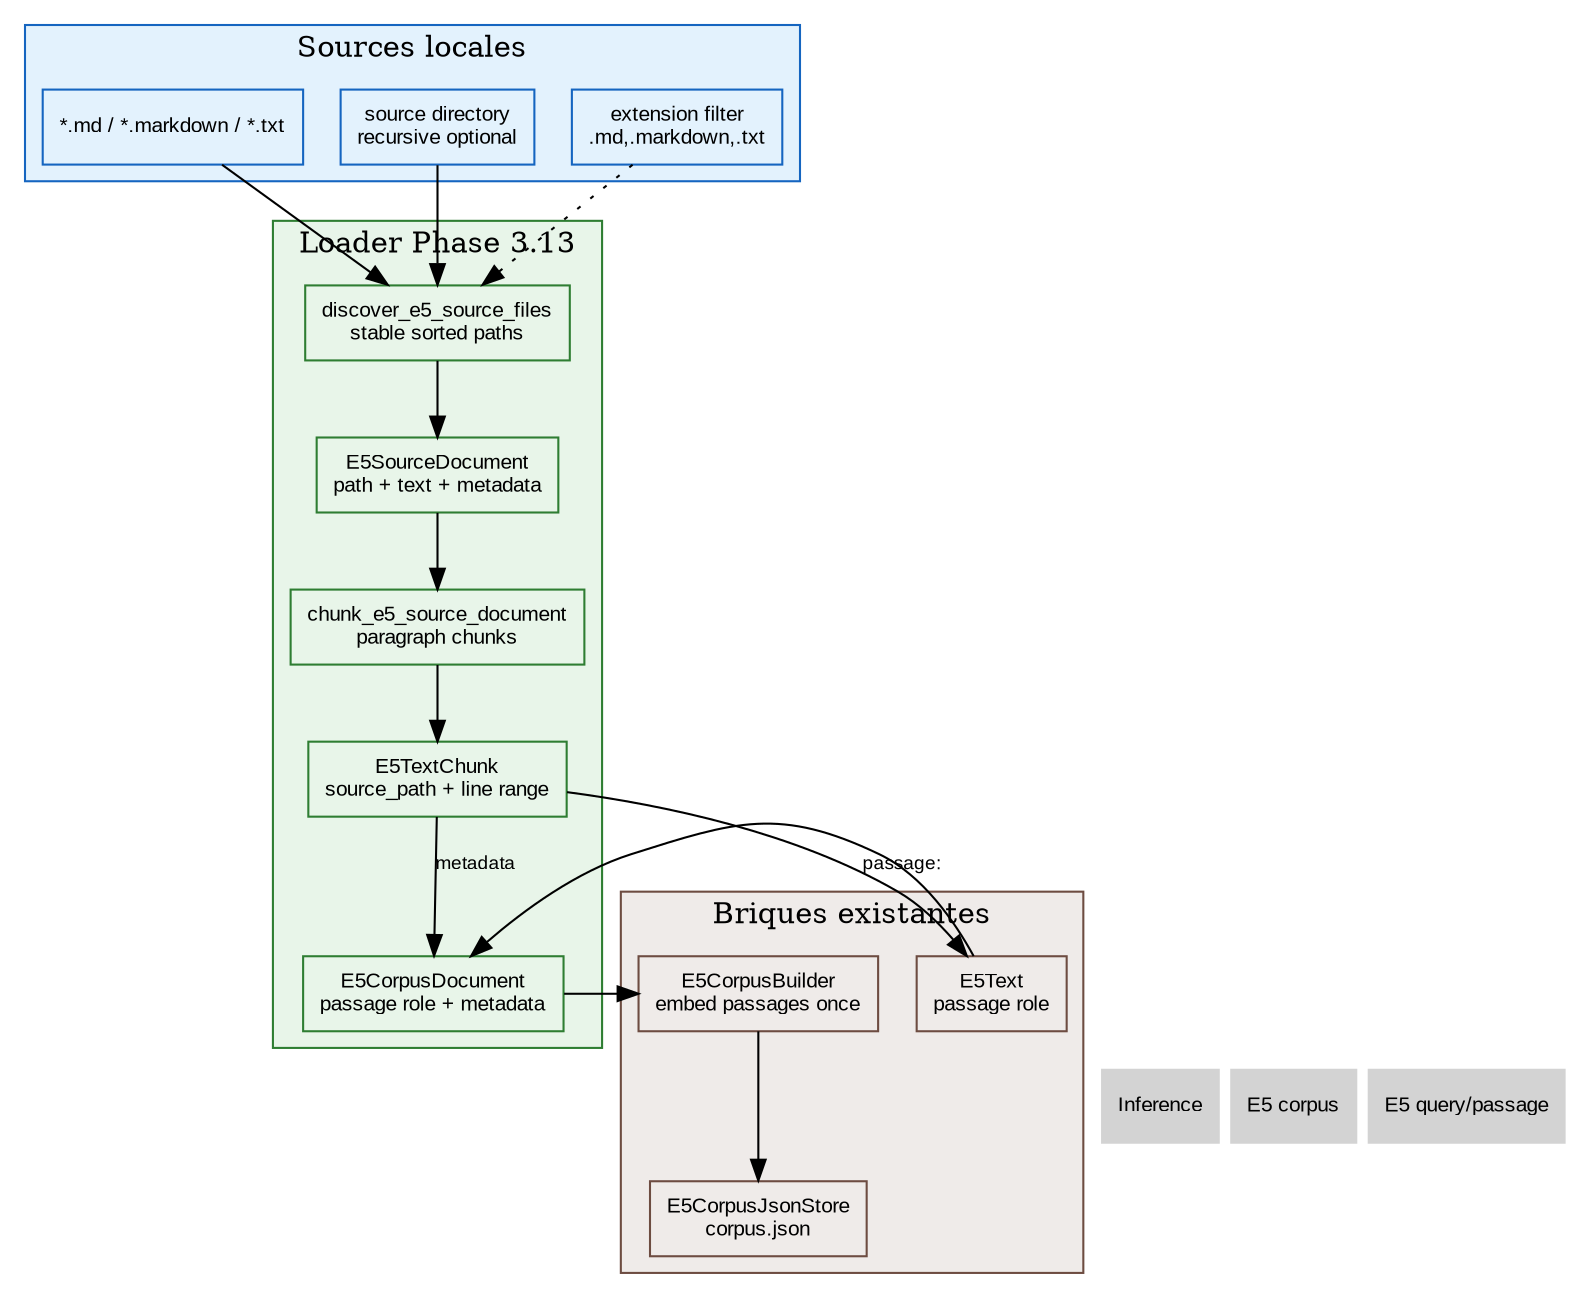
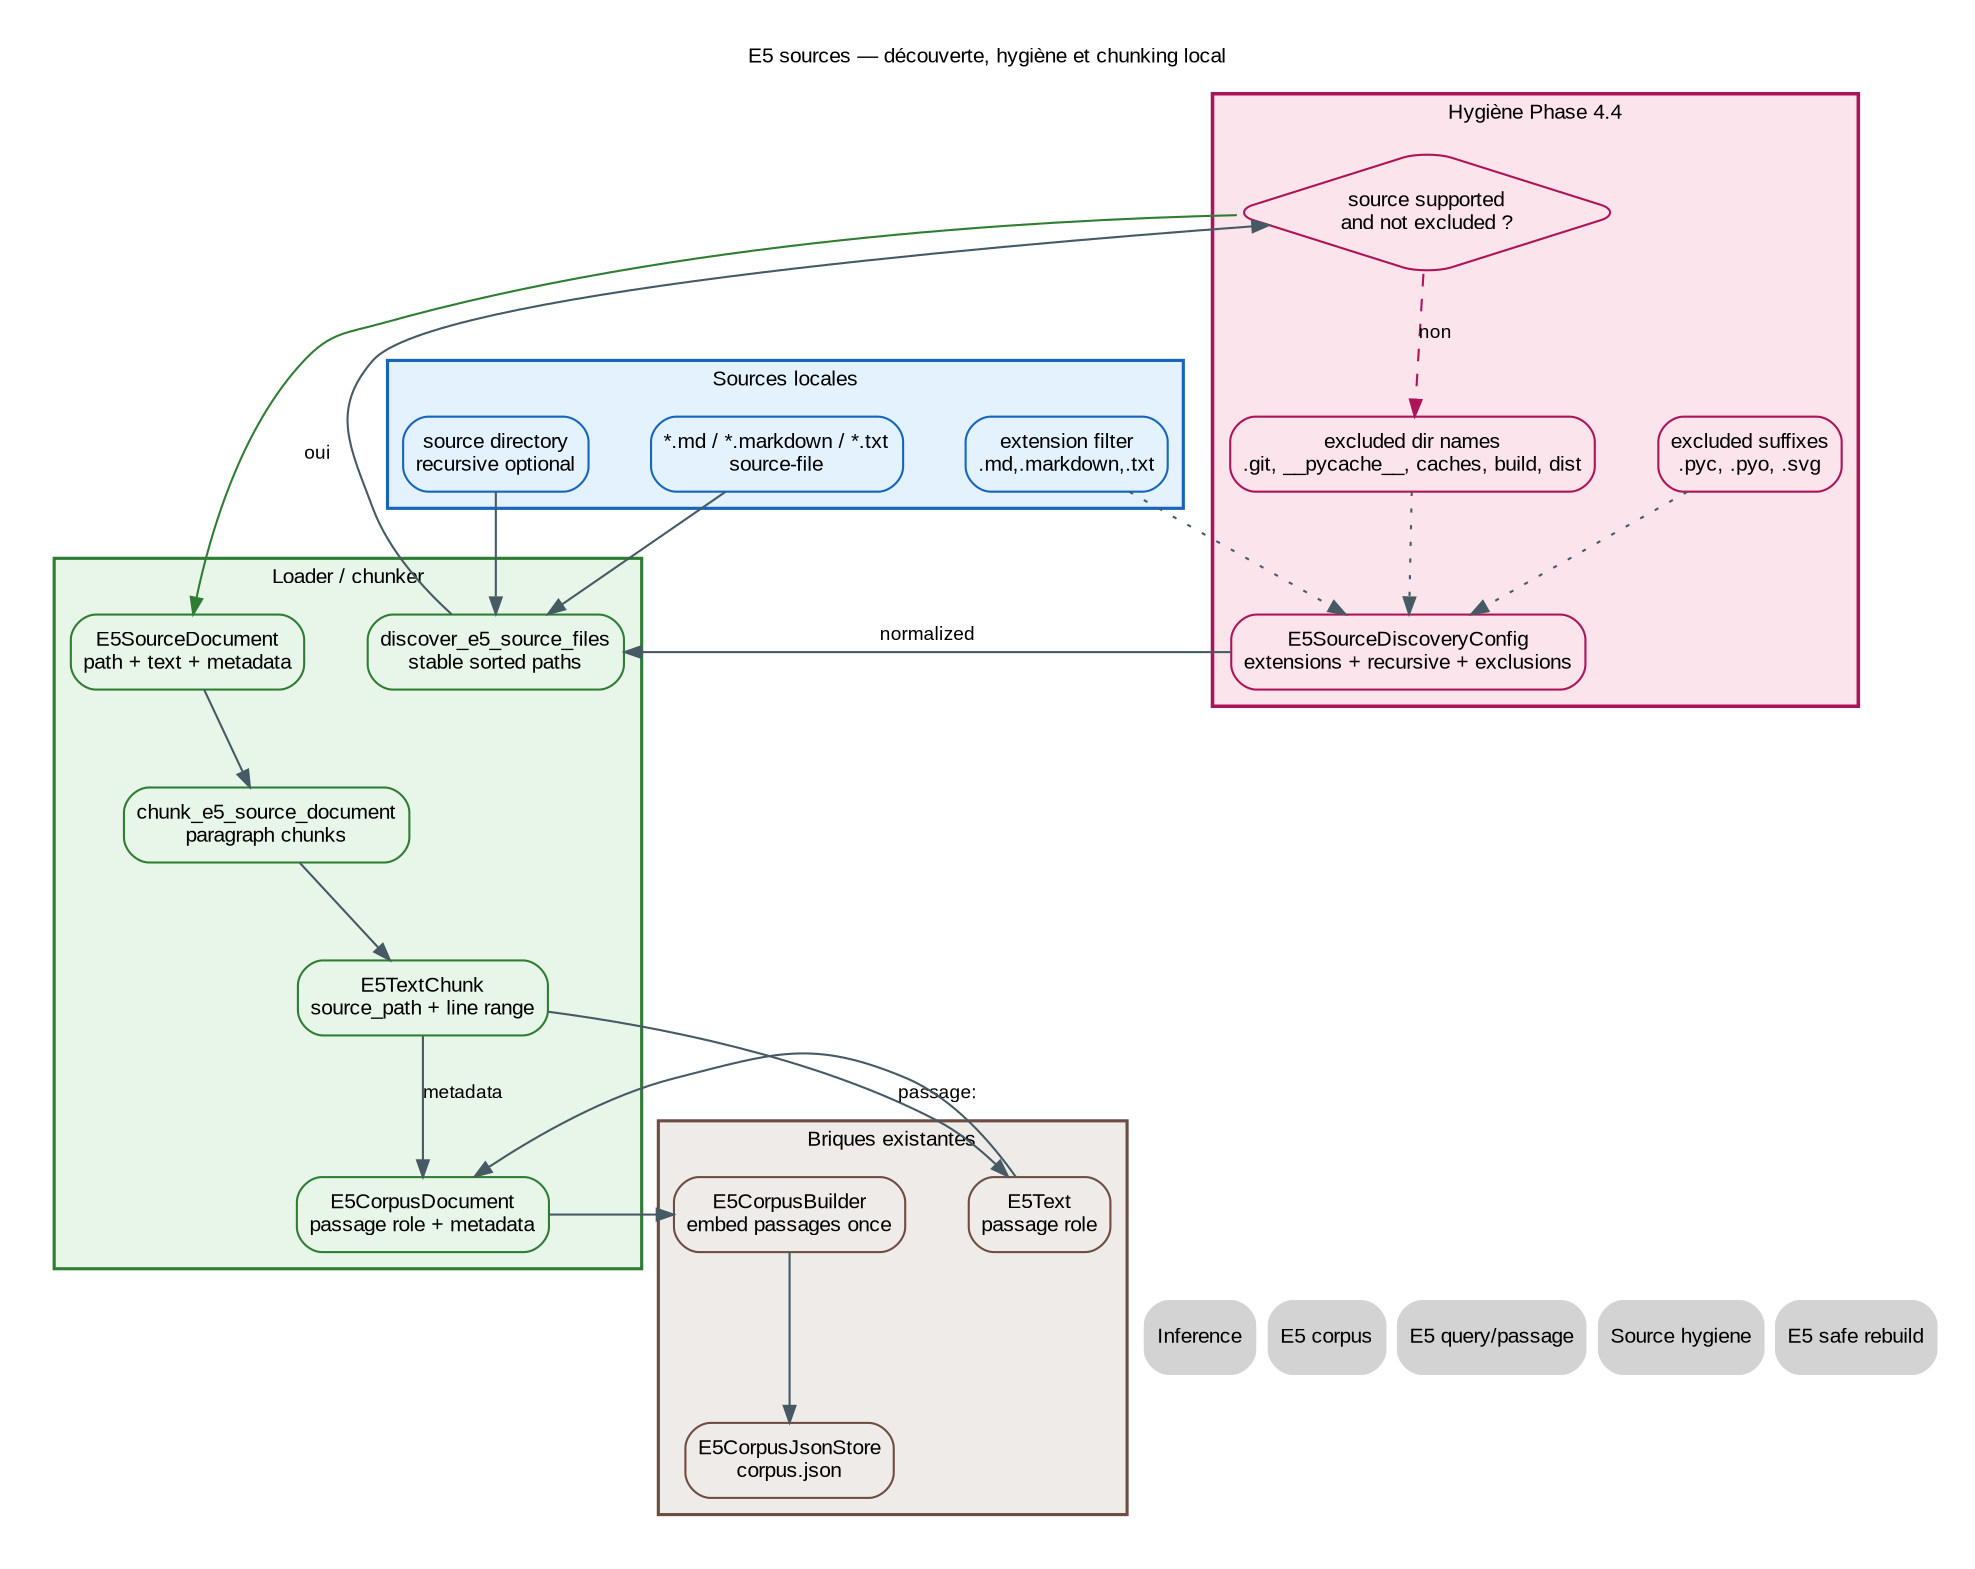
digraph E5Sources {
-     // ROADMAP_ID: inference.e5_sources
-     // ROADMAP_PARENT: inference/40_inference.dot
-     // ROADMAP_NOTE[phase3_13]:
-     // Les sources TXT/Markdown deviennent une entrée locale déterministe avant
-     // Qdrant. La lecture, le découpage et les métadonnées restent hors
-     // Scheduler et produisent des E5CorpusDocument prêts à être vectorisés.
+   // ROADMAP_ID: inference.e5_sources
+   // ROADMAP_PARENT: inference/40_inference.dot
+   // ROADMAP_NOTE[phase3_13]:
+   // Les sources TXT/Markdown deviennent une entrée locale déterministe avant
+   // Qdrant. La lecture, le découpage et les métadonnées restent hors
+   // Scheduler et produisent des E5CorpusDocument prêts à être vectorisés.
+   // ROADMAP_NOTE[phase4_4]:
+   // La découverte applique maintenant une hygiène par défaut sur les
+   // répertoires techniques et suffixes générés avant toute lecture UTF-8.

-     rankdir=TB;
-     node [shape=box, style=filled, fontname="Arial", fontsize=10];
-     edge [fontname="Arial", fontsize=9];
+   rankdir=TB;
+   graph [
+     fontname="Arial",
+     fontsize=10,
+     labelloc="t",
+     label="E5 sources — découverte, hygiène et chunking local",
+     bgcolor="white",
+     pad=0.25,
+     nodesep=0.42,
+     ranksep=0.62
+   ];
+   node [shape=box, style="filled,rounded", fontname="Arial", fontsize=10, margin="0.09,0.06"];
+   edge [fontname="Arial", fontsize=9, color="#455a64", arrowsize=0.8];

-     subgraph cluster_files {
-         label="Sources locales";
-         color="#1565c0";
-         bgcolor="#e3f2fd";
-         node [fillcolor="#e3f2fd", color="#1565c0"];
-         SourceFile [label="*.md / *.markdown / *.txt"];
-         SourceDir [label="source directory\nrecursive optional"];
-         Extensions [label="extension filter\n.md,.markdown,.txt"];
-     }
+   subgraph cluster_files {
+     label="Sources locales";
+     color="#1565c0";
+     bgcolor="#e3f2fd";
+     penwidth=1.5;
+     node [fillcolor="#e3f2fd", color="#1565c0"];
+     SourceFile [label="*.md / *.markdown / *.txt\nsource-file"];
+     SourceDir [label="source directory\nrecursive optional"];
+     Extensions [label="extension filter\n.md,.markdown,.txt"];
+   }

-     subgraph cluster_loader {
-         label="Loader Phase 3.13";
-         color="#2e7d32";
-         bgcolor="#e8f5e9";
-         node [fillcolor="#e8f5e9", color="#2e7d32"];
-         Discover [label="discover_e5_source_files\nstable sorted paths"];
-         SourceDocument [label="E5SourceDocument\npath + text + metadata"];
-         Chunker [label="chunk_e5_source_document\nparagraph chunks"];
-         Chunk [label="E5TextChunk\nsource_path + line range"];
-         CorpusDocument [label="E5CorpusDocument\npassage role + metadata"];
-     }
+   subgraph cluster_hygiene {
+     label="Hygiène Phase 4.4";
+     color="#ad1457";
+     bgcolor="#fce4ec";
+     penwidth=1.7;
+     node [fillcolor="#fce4ec", color="#ad1457"];
+     Config [label="E5SourceDiscoveryConfig\nextensions + recursive + exclusions", URL="58_e5_source_hygiene.svg"];
+     ExcludedDirs [label="excluded dir names\n.git, __pycache__, caches, build, dist", URL="58_e5_source_hygiene.svg"];
+     ExcludedSuffixes [label="excluded suffixes\n.pyc, .pyo, .svg", URL="58_e5_source_hygiene.svg"];
+     Supported [shape=diamond, label="source supported\nand not excluded ?"];
+   }

-     subgraph cluster_existing {
-         label="Briques existantes";
-         color="#6d4c41";
-         bgcolor="#efebe9";
-         node [fillcolor="#efebe9", color="#6d4c41"];
-         E5Text [label="E5Text\npassage role", URL="49_e5_query_passage.svg"];
-         Corpus [label="E5CorpusBuilder\nembed passages once", URL="50_e5_corpus.svg"];
-         Store [label="E5CorpusJsonStore\ncorpus.json", URL="50_e5_corpus.svg"];
-     }
+   subgraph cluster_loader {
+     label="Loader / chunker";
+     color="#2e7d32";
+     bgcolor="#e8f5e9";
+     penwidth=1.5;
+     node [fillcolor="#e8f5e9", color="#2e7d32"];
+     Discover [label="discover_e5_source_files\nstable sorted paths"];
+     SourceDocument [label="E5SourceDocument\npath + text + metadata"];
+     Chunker [label="chunk_e5_source_document\nparagraph chunks"];
+     Chunk [label="E5TextChunk\nsource_path + line range"];
+     CorpusDocument [label="E5CorpusDocument\npassage role + metadata"];
+   }

-     SourceFile -> Discover;
-     SourceDir -> Discover;
-     Extensions -> Discover [style=dotted];
-     Discover -> SourceDocument;
-     SourceDocument -> Chunker;
-     Chunker -> Chunk;
-     Chunk -> E5Text [label="passage:"];
-     E5Text -> CorpusDocument;
-     Chunk -> CorpusDocument [label="metadata"];
-     CorpusDocument -> Corpus;
-     Corpus -> Store;
+   subgraph cluster_existing {
+     label="Briques existantes";
+     color="#6d4c41";
+     bgcolor="#efebe9";
+     penwidth=1.5;
+     node [fillcolor="#efebe9", color="#6d4c41"];
+     E5Text [label="E5Text\npassage role", URL="49_e5_query_passage.svg"];
+     Corpus [label="E5CorpusBuilder\nembed passages once", URL="50_e5_corpus.svg"];
+     Store [label="E5CorpusJsonStore\ncorpus.json", URL="50_e5_corpus.svg"];
+   }

-     Nav_Inference [label="Inference", shape=plaintext, URL="40_inference.svg"];
-     Nav_E5Corpus [label="E5 corpus", shape=plaintext, URL="50_e5_corpus.svg"];
-     Nav_QueryPassage [label="E5 query/passage", shape=plaintext, URL="49_e5_query_passage.svg"];
+   SourceFile -> Discover;
+   SourceDir -> Discover;
+   Extensions -> Config [style=dotted];
+   ExcludedDirs -> Config [style=dotted];
+   ExcludedSuffixes -> Config [style=dotted];
+   Config -> Discover [label="normalized"];
+   Discover -> Supported;
+   Supported -> SourceDocument [label="oui", color="#2e7d32"];
+   Supported -> ExcludedDirs [label="non", style=dashed, color="#ad1457"];
+   SourceDocument -> Chunker;
+   Chunker -> Chunk;
+   Chunk -> E5Text [label="passage:"];
+   E5Text -> CorpusDocument;
+   Chunk -> CorpusDocument [label="metadata"];
+   CorpusDocument -> Corpus;
+   Corpus -> Store;

-     { rank=sink; Nav_Inference; Nav_E5Corpus; Nav_QueryPassage; }
+   Nav_Inference [label="Inference", shape=plaintext, URL="40_inference.svg"];
+   Nav_E5Corpus [label="E5 corpus", shape=plaintext, URL="50_e5_corpus.svg"];
+   Nav_QueryPassage [label="E5 query/passage", shape=plaintext, URL="49_e5_query_passage.svg"];
+   Nav_SourceHygiene [label="Source hygiene", shape=plaintext, URL="58_e5_source_hygiene.svg"];
+   Nav_SafeRebuild [label="E5 safe rebuild", shape=plaintext, URL="56_e5_safe_rebuild.svg"];
+   { rank=sink; Nav_Inference; Nav_E5Corpus; Nav_QueryPassage; Nav_SourceHygiene; Nav_SafeRebuild; }
+ 
+   // HTML_DETAIL[phase4_4]:
+   // title: E5 source hygiene entry point
+   // summary: Les sources locales sont filtrées avant lecture, hash et chunking.
+   // technical: Les exclusions se font dans discover_e5_source_files via E5SourceDiscoveryConfig.
+   // ui_hint: Afficher les exclusions actives et le nombre de fichiers rejetés dans une future vue HTML.
}
